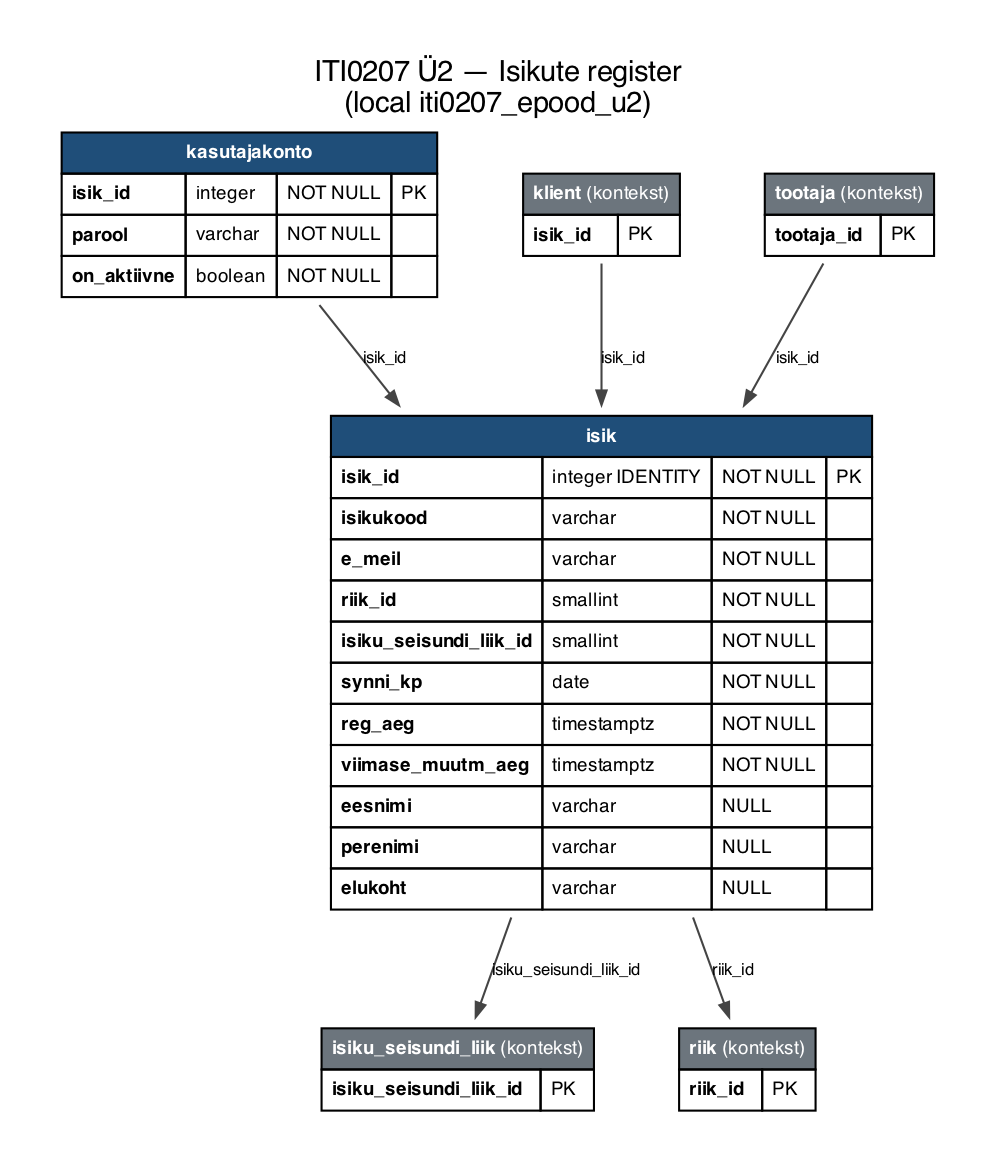
Before: iti0207-epood/docs/diagrams/u2-02-isikud.png, a diagram exported from Graphviz (tamkivi/andmebaasid-projekt). Its source is kept beside it as iti0207-epood/docs/diagrams/u2-02-isikud.dot. The source it was exported from:
```dot
digraph G {
  graph [rankdir=TB, bgcolor=white, pad=0.3, nodesep=0.35, ranksep=0.55, fontname=Helvetica];
  node [shape=plaintext, fontname=Helvetica, fontsize=9];
  edge [color="#444444", arrowsize=0.7, fontsize=8, fontname=Helvetica];
  labelloc="t";
  label="ITI0207 Ü2 — Isikute register\n(local iti0207_epood_u2)";
  "isik" [label=<<TABLE BORDER="0" CELLBORDER="1" CELLSPACING="0" CELLPADDING="4"><TR><TD COLSPAN="4" BGCOLOR="#1f4e79"><FONT COLOR="white"><B>isik</B></FONT></TD></TR><TR><TD ALIGN="LEFT"><B>isik_id</B></TD><TD ALIGN="LEFT">integer IDENTITY</TD><TD ALIGN="LEFT">NOT NULL</TD><TD ALIGN="LEFT">PK</TD></TR><TR><TD ALIGN="LEFT"><B>isikukood</B></TD><TD ALIGN="LEFT">varchar</TD><TD ALIGN="LEFT">NOT NULL</TD><TD ALIGN="LEFT"></TD></TR><TR><TD ALIGN="LEFT"><B>e_meil</B></TD><TD ALIGN="LEFT">varchar</TD><TD ALIGN="LEFT">NOT NULL</TD><TD ALIGN="LEFT"></TD></TR><TR><TD ALIGN="LEFT"><B>riik_id</B></TD><TD ALIGN="LEFT">smallint</TD><TD ALIGN="LEFT">NOT NULL</TD><TD ALIGN="LEFT"></TD></TR><TR><TD ALIGN="LEFT"><B>isiku_seisundi_liik_id</B></TD><TD ALIGN="LEFT">smallint</TD><TD ALIGN="LEFT">NOT NULL</TD><TD ALIGN="LEFT"></TD></TR><TR><TD ALIGN="LEFT"><B>synni_kp</B></TD><TD ALIGN="LEFT">date</TD><TD ALIGN="LEFT">NOT NULL</TD><TD ALIGN="LEFT"></TD></TR><TR><TD ALIGN="LEFT"><B>reg_aeg</B></TD><TD ALIGN="LEFT">timestamptz</TD><TD ALIGN="LEFT">NOT NULL</TD><TD ALIGN="LEFT"></TD></TR><TR><TD ALIGN="LEFT"><B>viimase_muutm_aeg</B></TD><TD ALIGN="LEFT">timestamptz</TD><TD ALIGN="LEFT">NOT NULL</TD><TD ALIGN="LEFT"></TD></TR><TR><TD ALIGN="LEFT"><B>eesnimi</B></TD><TD ALIGN="LEFT">varchar</TD><TD ALIGN="LEFT">NULL</TD><TD ALIGN="LEFT"></TD></TR><TR><TD ALIGN="LEFT"><B>perenimi</B></TD><TD ALIGN="LEFT">varchar</TD><TD ALIGN="LEFT">NULL</TD><TD ALIGN="LEFT"></TD></TR><TR><TD ALIGN="LEFT"><B>elukoht</B></TD><TD ALIGN="LEFT">varchar</TD><TD ALIGN="LEFT">NULL</TD><TD ALIGN="LEFT"></TD></TR></TABLE>>];
  "kasutajakonto" [label=<<TABLE BORDER="0" CELLBORDER="1" CELLSPACING="0" CELLPADDING="4"><TR><TD COLSPAN="4" BGCOLOR="#1f4e79"><FONT COLOR="white"><B>kasutajakonto</B></FONT></TD></TR><TR><TD ALIGN="LEFT"><B>isik_id</B></TD><TD ALIGN="LEFT">integer</TD><TD ALIGN="LEFT">NOT NULL</TD><TD ALIGN="LEFT">PK</TD></TR><TR><TD ALIGN="LEFT"><B>parool</B></TD><TD ALIGN="LEFT">varchar</TD><TD ALIGN="LEFT">NOT NULL</TD><TD ALIGN="LEFT"></TD></TR><TR><TD ALIGN="LEFT"><B>on_aktiivne</B></TD><TD ALIGN="LEFT">boolean</TD><TD ALIGN="LEFT">NOT NULL</TD><TD ALIGN="LEFT"></TD></TR></TABLE>>];
  "isiku_seisundi_liik" [label=<<TABLE BORDER="0" CELLBORDER="1" CELLSPACING="0" CELLPADDING="4"><TR><TD COLSPAN="2" BGCOLOR="#6c757d"><FONT COLOR="white"><B>isiku_seisundi_liik</B> (kontekst)</FONT></TD></TR><TR><TD ALIGN="LEFT"><B>isiku_seisundi_liik_id</B></TD><TD ALIGN="LEFT">PK</TD></TR></TABLE>>];
  "klient" [label=<<TABLE BORDER="0" CELLBORDER="1" CELLSPACING="0" CELLPADDING="4"><TR><TD COLSPAN="2" BGCOLOR="#6c757d"><FONT COLOR="white"><B>klient</B> (kontekst)</FONT></TD></TR><TR><TD ALIGN="LEFT"><B>isik_id</B></TD><TD ALIGN="LEFT">PK</TD></TR></TABLE>>];
  "riik" [label=<<TABLE BORDER="0" CELLBORDER="1" CELLSPACING="0" CELLPADDING="4"><TR><TD COLSPAN="2" BGCOLOR="#6c757d"><FONT COLOR="white"><B>riik</B> (kontekst)</FONT></TD></TR><TR><TD ALIGN="LEFT"><B>riik_id</B></TD><TD ALIGN="LEFT">PK</TD></TR></TABLE>>];
  "tootaja" [label=<<TABLE BORDER="0" CELLBORDER="1" CELLSPACING="0" CELLPADDING="4"><TR><TD COLSPAN="2" BGCOLOR="#6c757d"><FONT COLOR="white"><B>tootaja</B> (kontekst)</FONT></TD></TR><TR><TD ALIGN="LEFT"><B>tootaja_id</B></TD><TD ALIGN="LEFT">PK</TD></TR></TABLE>>];
  "isik" -> "isiku_seisundi_liik" [label="isiku_seisundi_liik_id"];
  "isik" -> "riik" [label="riik_id"];
  "kasutajakonto" -> "isik" [label="isik_id"];
  "klient" -> "isik" [label="isik_id"];
  "tootaja" -> "isik" [label="isik_id"];
}
```
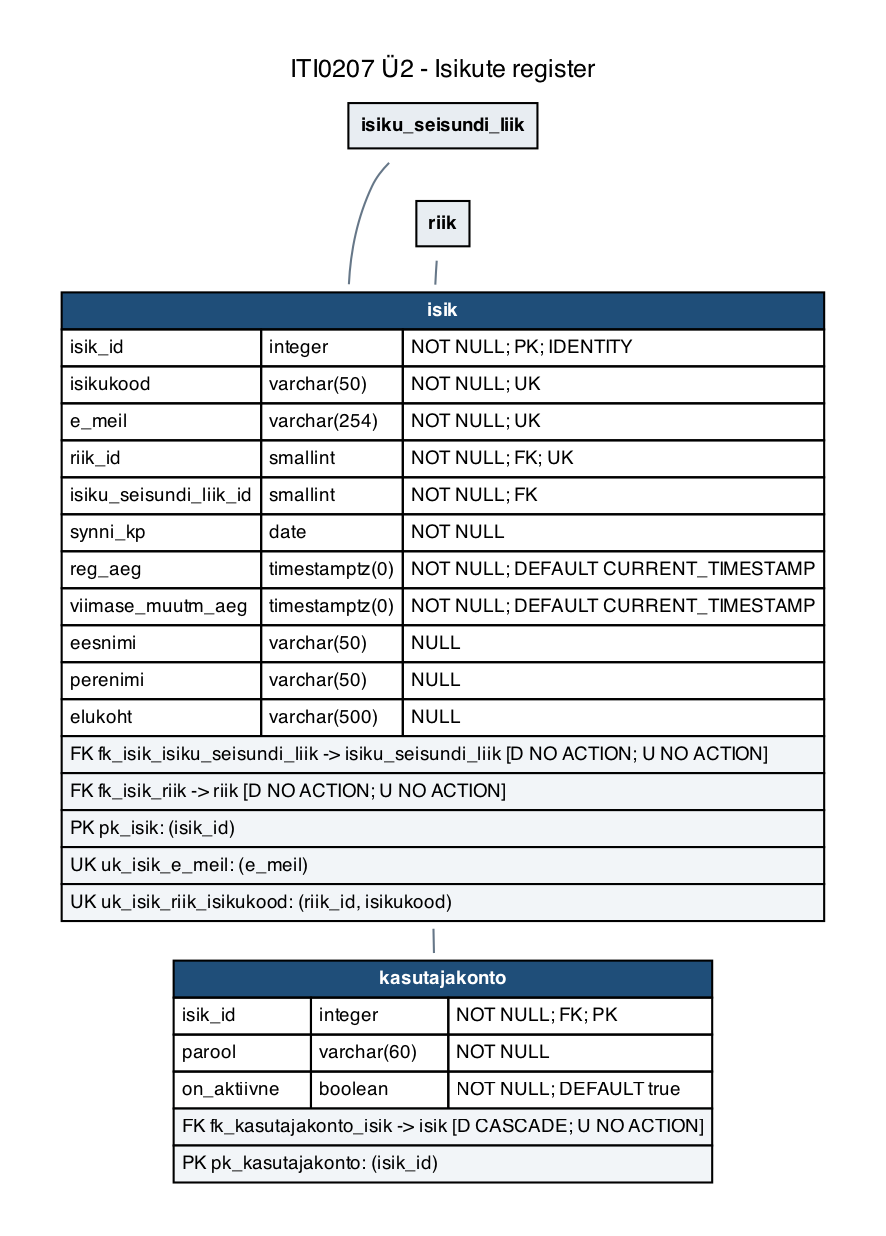
The same file after the commit.

What changed in the source:
```diff
@@ -1,18 +1,18 @@
 digraph G {
-  graph [rankdir=TB, bgcolor=white, pad=0.3, nodesep=0.35, ranksep=0.55, fontname=Helvetica];
+  graph [rankdir=TB, bgcolor=white, pad=0.1, nodesep=0.18, ranksep=0.15,
+         fontname=Helvetica, fontsize=12, size="7.3,10.5", page="8.27,11.69", margin=0.2];
   node [shape=plaintext, fontname=Helvetica, fontsize=9];
-  edge [color="#444444", arrowsize=0.7, fontsize=8, fontname=Helvetica];
+  edge [color="#667788", dir=none, fontsize=8, fontname=Helvetica];
   labelloc="t";
-  label="ITI0207 Ü2 — Isikute register\n(local iti0207_epood_u2)";
-  "isik" [label=<<TABLE BORDER="0" CELLBORDER="1" CELLSPACING="0" CELLPADDING="4"><TR><TD COLSPAN="4" BGCOLOR="#1f4e79"><FONT COLOR="white"><B>isik</B></FONT></TD></TR><TR><TD ALIGN="LEFT"><B>isik_id</B></TD><TD ALIGN="LEFT">integer IDENTITY</TD><TD ALIGN="LEFT">NOT NULL</TD><TD ALIGN="LEFT">PK</TD></TR><TR><TD ALIGN="LEFT"><B>isikukood</B></TD><TD ALIGN="LEFT">varchar</TD><TD ALIGN="LEFT">NOT NULL</TD><TD ALIGN="LEFT"></TD></TR><TR><TD ALIGN="LEFT"><B>e_meil</B></TD><TD ALIGN="LEFT">varchar</TD><TD ALIGN="LEFT">NOT NULL</TD><TD ALIGN="LEFT"></TD></TR><TR><TD ALIGN="LEFT"><B>riik_id</B></TD><TD ALIGN="LEFT">smallint</TD><TD ALIGN="LEFT">NOT NULL</TD><TD ALIGN="LEFT"></TD></TR><TR><TD ALIGN="LEFT"><B>isiku_seisundi_liik_id</B></TD><TD ALIGN="LEFT">smallint</TD><TD ALIGN="LEFT">NOT NULL</TD><TD ALIGN="LEFT"></TD></TR><TR><TD ALIGN="LEFT"><B>synni_kp</B></TD><TD ALIGN="LEFT">date</TD><TD ALIGN="LEFT">NOT NULL</TD><TD ALIGN="LEFT"></TD></TR><TR><TD ALIGN="LEFT"><B>reg_aeg</B></TD><TD ALIGN="LEFT">timestamptz</TD><TD ALIGN="LEFT">NOT NULL</TD><TD ALIGN="LEFT"></TD></TR><TR><TD ALIGN="LEFT"><B>viimase_muutm_aeg</B></TD><TD ALIGN="LEFT">timestamptz</TD><TD ALIGN="LEFT">NOT NULL</TD><TD ALIGN="LEFT"></TD></TR><TR><TD ALIGN="LEFT"><B>eesnimi</B></TD><TD ALIGN="LEFT">varchar</TD><TD ALIGN="LEFT">NULL</TD><TD ALIGN="LEFT"></TD></TR><TR><TD ALIGN="LEFT"><B>perenimi</B></TD><TD ALIGN="LEFT">varchar</TD><TD ALIGN="LEFT">NULL</TD><TD ALIGN="LEFT"></TD></TR><TR><TD ALIGN="LEFT"><B>elukoht</B></TD><TD ALIGN="LEFT">varchar</TD><TD ALIGN="LEFT">NULL</TD><TD ALIGN="LEFT"></TD></TR></TABLE>>];
-  "kasutajakonto" [label=<<TABLE BORDER="0" CELLBORDER="1" CELLSPACING="0" CELLPADDING="4"><TR><TD COLSPAN="4" BGCOLOR="#1f4e79"><FONT COLOR="white"><B>kasutajakonto</B></FONT></TD></TR><TR><TD ALIGN="LEFT"><B>isik_id</B></TD><TD ALIGN="LEFT">integer</TD><TD ALIGN="LEFT">NOT NULL</TD><TD ALIGN="LEFT">PK</TD></TR><TR><TD ALIGN="LEFT"><B>parool</B></TD><TD ALIGN="LEFT">varchar</TD><TD ALIGN="LEFT">NOT NULL</TD><TD ALIGN="LEFT"></TD></TR><TR><TD ALIGN="LEFT"><B>on_aktiivne</B></TD><TD ALIGN="LEFT">boolean</TD><TD ALIGN="LEFT">NOT NULL</TD><TD ALIGN="LEFT"></TD></TR></TABLE>>];
-  "isiku_seisundi_liik" [label=<<TABLE BORDER="0" CELLBORDER="1" CELLSPACING="0" CELLPADDING="4"><TR><TD COLSPAN="2" BGCOLOR="#6c757d"><FONT COLOR="white"><B>isiku_seisundi_liik</B> (kontekst)</FONT></TD></TR><TR><TD ALIGN="LEFT"><B>isiku_seisundi_liik_id</B></TD><TD ALIGN="LEFT">PK</TD></TR></TABLE>>];
-  "klient" [label=<<TABLE BORDER="0" CELLBORDER="1" CELLSPACING="0" CELLPADDING="4"><TR><TD COLSPAN="2" BGCOLOR="#6c757d"><FONT COLOR="white"><B>klient</B> (kontekst)</FONT></TD></TR><TR><TD ALIGN="LEFT"><B>isik_id</B></TD><TD ALIGN="LEFT">PK</TD></TR></TABLE>>];
-  "riik" [label=<<TABLE BORDER="0" CELLBORDER="1" CELLSPACING="0" CELLPADDING="4"><TR><TD COLSPAN="2" BGCOLOR="#6c757d"><FONT COLOR="white"><B>riik</B> (kontekst)</FONT></TD></TR><TR><TD ALIGN="LEFT"><B>riik_id</B></TD><TD ALIGN="LEFT">PK</TD></TR></TABLE>>];
-  "tootaja" [label=<<TABLE BORDER="0" CELLBORDER="1" CELLSPACING="0" CELLPADDING="4"><TR><TD COLSPAN="2" BGCOLOR="#6c757d"><FONT COLOR="white"><B>tootaja</B> (kontekst)</FONT></TD></TR><TR><TD ALIGN="LEFT"><B>tootaja_id</B></TD><TD ALIGN="LEFT">PK</TD></TR></TABLE>>];
-  "isik" -> "isiku_seisundi_liik" [label="isiku_seisundi_liik_id"];
-  "isik" -> "riik" [label="riik_id"];
-  "kasutajakonto" -> "isik" [label="isik_id"];
-  "klient" -> "isik" [label="isik_id"];
-  "tootaja" -> "isik" [label="isik_id"];
+  label="ITI0207 Ü2 - Isikute register";
+  "isik" [label=<<TABLE BORDER="0" CELLBORDER="1" CELLSPACING="0" CELLPADDING="3"><TR><TD COLSPAN="3" BGCOLOR="#1f4e79"><FONT COLOR="white"><B>isik</B></FONT></TD></TR><TR><TD ALIGN="LEFT">isik_id</TD><TD ALIGN="LEFT">integer</TD><TD ALIGN="LEFT">NOT NULL; PK; IDENTITY</TD></TR><TR><TD ALIGN="LEFT">isikukood</TD><TD ALIGN="LEFT">varchar(50)</TD><TD ALIGN="LEFT">NOT NULL; UK</TD></TR><TR><TD ALIGN="LEFT">e_meil</TD><TD ALIGN="LEFT">varchar(254)</TD><TD ALIGN="LEFT">NOT NULL; UK</TD></TR><TR><TD ALIGN="LEFT">riik_id</TD><TD ALIGN="LEFT">smallint</TD><TD ALIGN="LEFT">NOT NULL; FK; UK</TD></TR><TR><TD ALIGN="LEFT">isiku_seisundi_liik_id</TD><TD ALIGN="LEFT">smallint</TD><TD ALIGN="LEFT">NOT NULL; FK</TD></TR><TR><TD ALIGN="LEFT">synni_kp</TD><TD ALIGN="LEFT">date</TD><TD ALIGN="LEFT">NOT NULL</TD></TR><TR><TD ALIGN="LEFT">reg_aeg</TD><TD ALIGN="LEFT">timestamptz(0)</TD><TD ALIGN="LEFT">NOT NULL; DEFAULT CURRENT_TIMESTAMP</TD></TR><TR><TD ALIGN="LEFT">viimase_muutm_aeg</TD><TD ALIGN="LEFT">timestamptz(0)</TD><TD ALIGN="LEFT">NOT NULL; DEFAULT CURRENT_TIMESTAMP</TD></TR><TR><TD ALIGN="LEFT">eesnimi</TD><TD ALIGN="LEFT">varchar(50)</TD><TD ALIGN="LEFT">NULL</TD></TR><TR><TD ALIGN="LEFT">perenimi</TD><TD ALIGN="LEFT">varchar(50)</TD><TD ALIGN="LEFT">NULL</TD></TR><TR><TD ALIGN="LEFT">elukoht</TD><TD ALIGN="LEFT">varchar(500)</TD><TD ALIGN="LEFT">NULL</TD></TR><TR><TD COLSPAN="3" ALIGN="LEFT" BGCOLOR="#f2f5f8"><FONT POINT-SIZE="9">FK fk_isik_isiku_seisundi_liik -&gt; isiku_seisundi_liik [D NO ACTION; U NO ACTION]</FONT></TD></TR><TR><TD COLSPAN="3" ALIGN="LEFT" BGCOLOR="#f2f5f8"><FONT POINT-SIZE="9">FK fk_isik_riik -&gt; riik [D NO ACTION; U NO ACTION]</FONT></TD></TR><TR><TD COLSPAN="3" ALIGN="LEFT" BGCOLOR="#f2f5f8"><FONT POINT-SIZE="9">PK pk_isik: (isik_id)</FONT></TD></TR><TR><TD COLSPAN="3" ALIGN="LEFT" BGCOLOR="#f2f5f8"><FONT POINT-SIZE="9">UK uk_isik_e_meil: (e_meil)</FONT></TD></TR><TR><TD COLSPAN="3" ALIGN="LEFT" BGCOLOR="#f2f5f8"><FONT POINT-SIZE="9">UK uk_isik_riik_isikukood: (riik_id, isikukood)</FONT></TD></TR></TABLE>>];
+  "kasutajakonto" [label=<<TABLE BORDER="0" CELLBORDER="1" CELLSPACING="0" CELLPADDING="3"><TR><TD COLSPAN="3" BGCOLOR="#1f4e79"><FONT COLOR="white"><B>kasutajakonto</B></FONT></TD></TR><TR><TD ALIGN="LEFT">isik_id</TD><TD ALIGN="LEFT">integer</TD><TD ALIGN="LEFT">NOT NULL; FK; PK</TD></TR><TR><TD ALIGN="LEFT">parool</TD><TD ALIGN="LEFT">varchar(60)</TD><TD ALIGN="LEFT">NOT NULL</TD></TR><TR><TD ALIGN="LEFT">on_aktiivne</TD><TD ALIGN="LEFT">boolean</TD><TD ALIGN="LEFT">NOT NULL; DEFAULT true</TD></TR><TR><TD COLSPAN="3" ALIGN="LEFT" BGCOLOR="#f2f5f8"><FONT POINT-SIZE="9">FK fk_kasutajakonto_isik -&gt; isik [D CASCADE; U NO ACTION]</FONT></TD></TR><TR><TD COLSPAN="3" ALIGN="LEFT" BGCOLOR="#f2f5f8"><FONT POINT-SIZE="9">PK pk_kasutajakonto: (isik_id)</FONT></TD></TR></TABLE>>];
+  "isiku_seisundi_liik" [label=<<TABLE BORDER="0" CELLBORDER="1" CELLSPACING="0" CELLPADDING="5"><TR><TD BGCOLOR="#e8edf2"><B>isiku_seisundi_liik</B></TD></TR></TABLE>>];
+  "riik" [label=<<TABLE BORDER="0" CELLBORDER="1" CELLSPACING="0" CELLPADDING="5"><TR><TD BGCOLOR="#e8edf2"><B>riik</B></TD></TR></TABLE>>];
+  "isiku_seisundi_liik" -> "isik";
+  "riik" -> "isik";
+  "isik" -> "kasutajakonto";
+  "isiku_seisundi_liik" -> "riik" [style=invis, weight=100];
+  "riik" -> "isik" [style=invis, weight=100];
+  "isik" -> "kasutajakonto" [style=invis, weight=100];
 }
```
